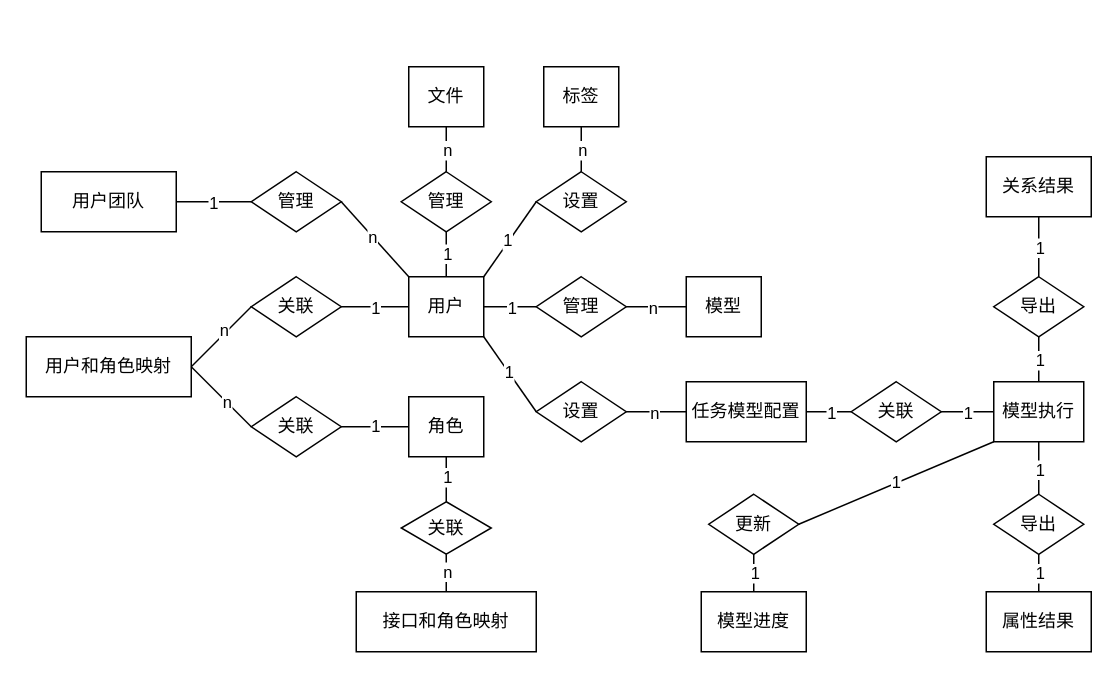
This is 毕设ER图.drawio from come-on-reader/draw-io, a draw.io file, before an edit. Source tidied: cells renumbered, new cells numbered last; positions are measured from the earlier drawing's top-left corner, leaving out a move shared by most shapes. Both pictures are drawn from the tidied source at 150%, with x=0, y=0 at pixel (26, 66).
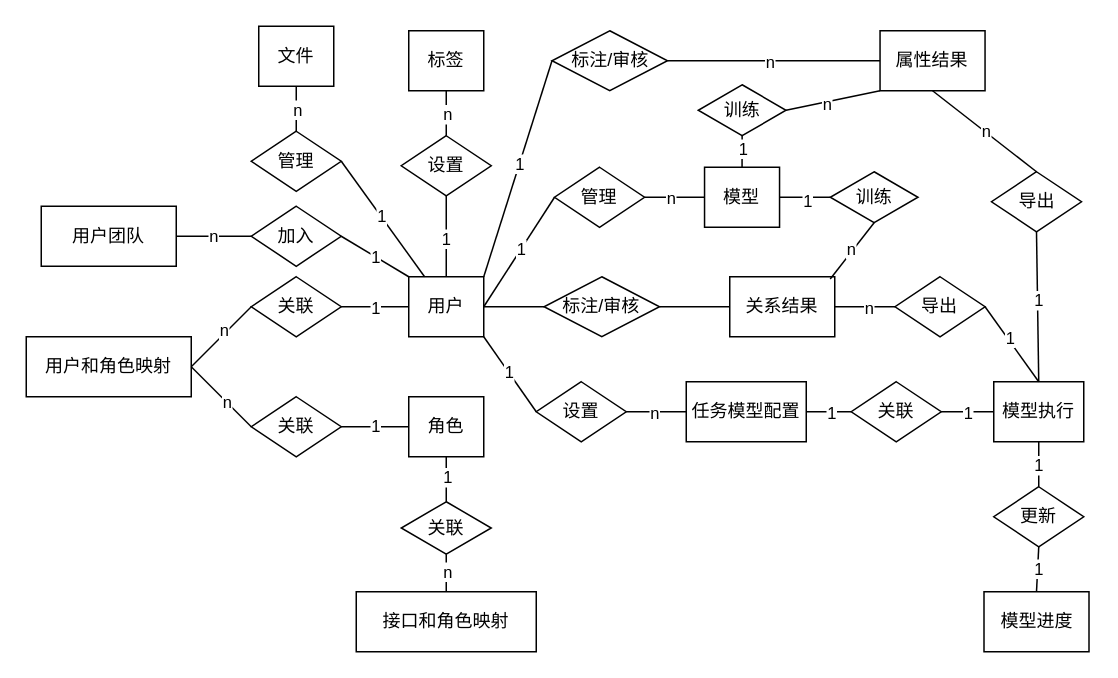
After the change.

Commit message:
更新毕设ER图.drawio

The change refers to these unchanged cells:
```xml
<mxCell id="4" value="模型执行" style="rounded=0;whiteSpace=wrap;html=1;" parent="1" vertex="1">
  <mxGeometry x="645" y="210" width="60" height="40" as="geometry" />
</mxCell>
<mxCell id="14" value="用户" style="rounded=0;whiteSpace=wrap;html=1;" parent="1" vertex="1">
  <mxGeometry x="255" y="140" width="50" height="40" as="geometry" />
</mxCell>
```

Change to the diagram source:
```diff
@@
     <mxCell id="2" value="模型进度" style="rounded=0;whiteSpace=wrap;html=1;" parent="1" vertex="1">
-      <mxGeometry x="450" y="350" width="70" height="40" as="geometry" />
+      <mxGeometry x="638.5" y="350" width="70" height="40" as="geometry" />
     </mxCell>
     <mxCell id="3" value="模型" style="rounded=0;whiteSpace=wrap;html=1;" parent="1" vertex="1">
-      <mxGeometry x="440" y="140" width="50" height="40" as="geometry" />
+      <mxGeometry x="452.2" y="67" width="50" height="40" as="geometry" />
     </mxCell>
@@
     <mxCell id="6" value="关系结果" style="rounded=0;whiteSpace=wrap;html=1;" parent="1" vertex="1">
-      <mxGeometry x="640" y="60" width="70" height="40" as="geometry" />
+      <mxGeometry x="469" y="140" width="70" height="40" as="geometry" />
     </mxCell>
     <mxCell id="7" value="属性结果" style="rounded=0;whiteSpace=wrap;html=1;" parent="1" vertex="1">
-      <mxGeometry x="640" y="350" width="70" height="40" as="geometry" />
+      <mxGeometry x="569.2" y="-24" width="70" height="40" as="geometry" />
     </mxCell>
     <mxCell id="8" value="标签" style="rounded=0;whiteSpace=wrap;html=1;" parent="1" vertex="1">
-      <mxGeometry x="345" width="50" height="40" as="geometry" />
+      <mxGeometry x="255" y="-24" width="50" height="40" as="geometry" />
     </mxCell>
     <mxCell id="9" value="文件" style="rounded=0;whiteSpace=wrap;html=1;" parent="1" vertex="1">
-      <mxGeometry x="255" width="50" height="40" as="geometry" />
+      <mxGeometry x="155" y="-27" width="50" height="40" as="geometry" />
     </mxCell>
     <mxCell id="10" value="用户团队" style="rounded=0;whiteSpace=wrap;html=1;" parent="1" vertex="1">
-      <mxGeometry x="10" y="70" width="90" height="40" as="geometry" />
+      <mxGeometry x="10" y="93" width="90" height="40" as="geometry" />
     </mxCell>
@@
     <mxCell id="30" value="管理" style="rhombus;whiteSpace=wrap;html=1;" parent="1" vertex="1">
-      <mxGeometry x="340" y="140" width="60" height="40" as="geometry" />
+      <mxGeometry x="352.2" y="67" width="60" height="40" as="geometry" />
     </mxCell>
     <mxCell id="31" value="管理" style="rhombus;whiteSpace=wrap;html=1;" parent="1" vertex="1">
-      <mxGeometry x="250" y="70" width="60" height="40" as="geometry" />
+      <mxGeometry x="150" y="43" width="60" height="40" as="geometry" />
     </mxCell>
@@
-    <mxCell id="36" style="endArrow=none;html=1;rounded=0;exitX=0.5;exitY=1;exitDx=0;exitDy=0;" parent="1" edge="1" source="31" target="14">
+    <mxCell id="36" style="endArrow=none;html=1;rounded=0;exitX=1;exitY=0.5;exitDx=0;exitDy=0;" parent="1" edge="1" source="31" target="14">
       <mxGeometry relative="1" as="geometry" />
     </mxCell>
@@
     <mxCell id="40" value="设置" style="rhombus;whiteSpace=wrap;html=1;" parent="1" vertex="1">
-      <mxGeometry x="340" y="70" width="60" height="40" as="geometry" />
+      <mxGeometry x="250" y="46" width="60" height="40" as="geometry" />
     </mxCell>
-    <mxCell id="41" style="endArrow=none;html=1;rounded=0;exitX=0;exitY=0.5;exitDx=0;exitDy=0;entryX=1;entryY=0;entryDx=0;entryDy=0;" parent="1" edge="1" source="40" target="14">
+    <mxCell id="41" style="endArrow=none;html=1;rounded=0;exitX=0.5;exitY=1;exitDx=0;exitDy=0;entryX=0.5;entryY=0;entryDx=0;entryDy=0;" parent="1" edge="1" source="40" target="14">
       <mxGeometry relative="1" as="geometry" />
     </mxCell>
@@
     <mxCell id="50" value="更新" style="rhombus;whiteSpace=wrap;html=1;" parent="1" vertex="1">
-      <mxGeometry x="455" y="285" width="60" height="40" as="geometry" />
+      <mxGeometry x="645" y="280" width="60" height="40" as="geometry" />
     </mxCell>
     <mxCell id="51" value="导出" style="rhombus;whiteSpace=wrap;html=1;" parent="1" vertex="1">
-      <mxGeometry x="645" y="285" width="60" height="40" as="geometry" />
+      <mxGeometry x="643.5" y="70" width="60" height="40" as="geometry" />
     </mxCell>
     <mxCell id="52" value="导出" style="rhombus;whiteSpace=wrap;html=1;" parent="1" vertex="1">
-      <mxGeometry x="645" y="140" width="60" height="40" as="geometry" />
+      <mxGeometry x="579.2" y="140" width="60" height="40" as="geometry" />
     </mxCell>
-    <mxCell id="53" style="endArrow=none;html=1;rounded=0;exitX=0.5;exitY=1;exitDx=0;exitDy=0;entryX=0.5;entryY=0;entryDx=0;entryDy=0;" parent="1" edge="1" source="51" target="7">
+    <mxCell id="53" style="endArrow=none;html=1;rounded=0;exitX=0.5;exitY=1;exitDx=0;exitDy=0;entryX=0.5;entryY=0;entryDx=0;entryDy=0;" parent="1" edge="1" source="51" target="4">
       <mxGeometry relative="1" as="geometry" />
     </mxCell>
@@
-    <mxCell id="55" style="endArrow=none;html=1;rounded=0;exitX=0.5;exitY=0;exitDx=0;exitDy=0;entryX=0.5;entryY=1;entryDx=0;entryDy=0;" parent="1" edge="1" source="51" target="4">
+    <mxCell id="55" style="endArrow=none;html=1;rounded=0;exitX=0.5;exitY=0;exitDx=0;exitDy=0;entryX=0.5;entryY=1;entryDx=0;entryDy=0;" parent="1" edge="1" source="51" target="7">
       <mxGeometry relative="1" as="geometry" />
     </mxCell>
-    <mxCell id="56" value="1" style="edgeLabel;html=1;align=center;verticalAlign=middle;" parent="55" vertex="1">
-      <mxGeometry x="-0.04" relative="1" as="geometry" />
-    </mxCell>
+    <mxCell id="75" value="n" style="edgeLabel;html=1;align=center;verticalAlign=middle;" parent="55" vertex="1">
+      <mxGeometry x="0.01" y="-1" relative="1" as="geometry" />
+    </mxCell>
-    <mxCell id="57" style="endArrow=none;html=1;rounded=0;entryX=0.5;entryY=1;entryDx=0;entryDy=0;" parent="1" edge="1" source="4" target="52">
+    <mxCell id="57" style="endArrow=none;html=1;rounded=0;entryX=1;entryY=0.5;entryDx=0;entryDy=0;exitX=0.5;exitY=0;exitDx=0;exitDy=0;" parent="1" edge="1" source="4" target="52">
       <mxGeometry relative="1" as="geometry" />
     </mxCell>
-    <mxCell id="58" value="1" style="edgeLabel;html=1;align=center;verticalAlign=middle;" parent="57" vertex="1">
-      <mxGeometry relative="1" as="geometry" />
-    </mxCell>
-    <mxCell id="59" style="endArrow=none;html=1;rounded=0;entryX=0.5;entryY=1;entryDx=0;entryDy=0;" parent="1" edge="1" source="52" target="6">
-      <mxGeometry relative="1" as="geometry" />
-    </mxCell>
-    <mxCell id="60" value="1" style="edgeLabel;html=1;align=center;verticalAlign=middle;" parent="59" vertex="1">
-      <mxGeometry relative="1" as="geometry" />
-    </mxCell>
+    <mxCell id="76" value="1" style="edgeLabel;html=1;align=center;verticalAlign=middle;" parent="57" vertex="1">
+      <mxGeometry x="0.13" y="-1" relative="1" as="geometry" />
+    </mxCell>
-    <mxCell id="61" style="endArrow=none;html=1;rounded=0;exitX=1;exitY=0.5;exitDx=0;exitDy=0;entryX=0;entryY=1;entryDx=0;entryDy=0;" parent="1" edge="1" source="50" target="4">
+    <mxCell id="61" style="endArrow=none;html=1;rounded=0;exitX=0.5;exitY=0;exitDx=0;exitDy=0;entryX=0.5;entryY=1;entryDx=0;entryDy=0;" parent="1" edge="1" source="50" target="4">
       <mxGeometry relative="1" as="geometry" />
     </mxCell>
@@
-    <mxCell id="70" value="管理" style="rhombus;whiteSpace=wrap;html=1;" parent="1" vertex="1">
-      <mxGeometry x="150" y="70" width="60" height="40" as="geometry" />
+    <mxCell id="70" value="加入" style="rhombus;whiteSpace=wrap;html=1;" parent="1" vertex="1">
+      <mxGeometry x="150" y="93" width="60" height="40" as="geometry" />
     </mxCell>
-    <mxCell id="71" style="endArrow=none;html=1;rounded=0;entryX=1;entryY=0.5;entryDx=0;entryDy=0;exitX=0;exitY=0.5;exitDx=0;exitDy=0;" parent="1" edge="1" source="70" target="10">
+    <mxCell id="71" value="n" style="endArrow=none;html=1;rounded=0;entryX=1;entryY=0.5;entryDx=0;entryDy=0;exitX=0;exitY=0.5;exitDx=0;exitDy=0;" parent="1" edge="1" source="70" target="10">
       <mxGeometry relative="1" as="geometry" />
     </mxCell>
-    <mxCell id="72" value="1" style="edgeLabel;html=1;align=center;verticalAlign=middle;" parent="71" vertex="1">
-      <mxGeometry x="0.05" relative="1" as="geometry" />
-    </mxCell>
-    <mxCell id="73" style="endArrow=none;html=1;rounded=0;exitX=0;exitY=0;exitDx=0;exitDy=0;" parent="1" edge="1" source="14">
-      <mxGeometry relative="1" as="geometry">
-        <mxPoint x="210" y="90" as="targetPoint" />
-      </mxGeometry>
-    </mxCell>
-    <mxCell id="74" value="n" style="edgeLabel;html=1;align=center;verticalAlign=middle;" parent="73" vertex="1">
-      <mxGeometry x="0.08" relative="1" as="geometry" />
-    </mxCell>
+    <mxCell id="77" style="endArrow=none;html=1;rounded=0;exitX=1;exitY=0.5;exitDx=0;exitDy=0;entryX=0;entryY=0;entryDx=0;entryDy=0;" parent="1" edge="1" source="70" target="14">
+      <mxGeometry relative="1" as="geometry" />
+    </mxCell>
+    <mxCell id="78" value="1" style="edgeLabel;html=1;align=center;verticalAlign=middle;" parent="77" vertex="1">
+      <mxGeometry x="-0.01" relative="1" as="geometry" />
+    </mxCell>
+    <mxCell id="79" value="标注/审核" style="rhombus;whiteSpace=wrap;html=1;" parent="1" vertex="1">
+      <mxGeometry x="350.5" y="-24" width="77" height="40" as="geometry" />
+    </mxCell>
+    <mxCell id="80" value="标注/审核" style="rhombus;whiteSpace=wrap;html=1;" parent="1" vertex="1">
+      <mxGeometry x="345.2" y="140" width="77" height="40" as="geometry" />
+    </mxCell>
+    <mxCell id="81" value="训练" style="rhombus;whiteSpace=wrap;html=1;" parent="1" vertex="1">
+      <mxGeometry x="448" y="12" width="58.5" height="34" as="geometry" />
+    </mxCell>
+    <mxCell id="82" style="endArrow=none;html=1;rounded=0;entryX=0;entryY=0.5;entryDx=0;entryDy=0;exitX=1;exitY=0;exitDx=0;exitDy=0;" parent="1" edge="1" source="14" target="79">
+      <mxGeometry relative="1" as="geometry" />
+    </mxCell>
+    <mxCell id="83" value="1" style="edgeLabel;html=1;align=center;verticalAlign=middle;" parent="82" vertex="1">
+      <mxGeometry x="0.04" relative="1" as="geometry" />
+    </mxCell>
+    <mxCell id="84" style="endArrow=none;html=1;rounded=0;entryX=0;entryY=0.5;entryDx=0;entryDy=0;exitX=1;exitY=0.5;exitDx=0;exitDy=0;" parent="1" edge="1" source="14" target="80">
+      <mxGeometry relative="1" as="geometry" />
+    </mxCell>
+    <mxCell id="85" style="endArrow=none;html=1;rounded=0;entryX=0;entryY=0.5;entryDx=0;entryDy=0;exitX=1;exitY=0.5;exitDx=0;exitDy=0;" parent="1" edge="1" source="80" target="6">
+      <mxGeometry relative="1" as="geometry" />
+    </mxCell>
+    <mxCell id="86" style="endArrow=none;html=1;rounded=0;entryX=0;entryY=0.5;entryDx=0;entryDy=0;exitX=1;exitY=0.5;exitDx=0;exitDy=0;" parent="1" edge="1" source="79" target="7">
+      <mxGeometry relative="1" as="geometry" />
+    </mxCell>
+    <mxCell id="87" value="n" style="edgeLabel;html=1;align=center;verticalAlign=middle;" parent="86" vertex="1">
+      <mxGeometry x="-0.06" relative="1" as="geometry">
+        <mxPoint x="1" as="offset" />
+      </mxGeometry>
+    </mxCell>
+    <mxCell id="88" style="endArrow=none;html=1;rounded=0;entryX=0;entryY=1;entryDx=0;entryDy=0;exitX=1;exitY=0.5;exitDx=0;exitDy=0;" parent="1" edge="1" source="81" target="7">
+      <mxGeometry relative="1" as="geometry" />
+    </mxCell>
+    <mxCell id="89" value="n" style="edgeLabel;html=1;align=center;verticalAlign=middle;" parent="88" vertex="1">
+      <mxGeometry x="-0.15" y="-1" relative="1" as="geometry" />
+    </mxCell>
+    <mxCell id="90" style="endArrow=none;html=1;rounded=0;entryX=0.5;entryY=0;entryDx=0;entryDy=0;exitX=0.5;exitY=1;exitDx=0;exitDy=0;" parent="1" edge="1" source="81" target="3">
+      <mxGeometry relative="1" as="geometry" />
+    </mxCell>
+    <mxCell id="91" value="1" style="edgeLabel;html=1;align=center;verticalAlign=middle;" parent="90" vertex="1">
+      <mxGeometry x="-0.1" relative="1" as="geometry" />
+    </mxCell>
+    <mxCell id="59" style="endArrow=none;html=1;rounded=0;entryX=1;entryY=0.5;entryDx=0;entryDy=0;exitX=0;exitY=0.5;exitDx=0;exitDy=0;" parent="1" edge="1" source="52" target="6">
+      <mxGeometry relative="1" as="geometry" />
+    </mxCell>
+    <mxCell id="92" value="n" style="edgeLabel;html=1;align=center;verticalAlign=middle;" parent="59" vertex="1">
+      <mxGeometry x="-0.11" relative="1" as="geometry" />
+    </mxCell>
+    <mxCell id="93" value="训练" style="rhombus;whiteSpace=wrap;html=1;" parent="1" vertex="1">
+      <mxGeometry x="536" y="70" width="58.5" height="34" as="geometry" />
+    </mxCell>
+    <mxCell id="94" style="endArrow=none;html=1;rounded=0;entryX=0;entryY=0.5;entryDx=0;entryDy=0;exitX=1;exitY=0.5;exitDx=0;exitDy=0;" parent="1" edge="1" source="3" target="93">
+      <mxGeometry relative="1" as="geometry" />
+    </mxCell>
+    <mxCell id="95" value="1" style="edgeLabel;html=1;align=center;verticalAlign=middle;" parent="94" vertex="1">
+      <mxGeometry x="0.04" y="-1" relative="1" as="geometry">
+        <mxPoint y="1" as="offset" />
+      </mxGeometry>
+    </mxCell>
+    <mxCell id="96" style="endArrow=none;html=1;rounded=0;entryX=0.5;entryY=1;entryDx=0;entryDy=0;exitX=0.957;exitY=0.038;exitDx=0;exitDy=0;exitPerimeter=0;" parent="1" edge="1" source="6" target="93">
+      <mxGeometry relative="1" as="geometry" />
+    </mxCell>
+    <mxCell id="97" value="n" style="edgeLabel;html=1;align=center;verticalAlign=middle;" parent="96" vertex="1">
+      <mxGeometry y="1" relative="1" as="geometry" />
+    </mxCell>
```
